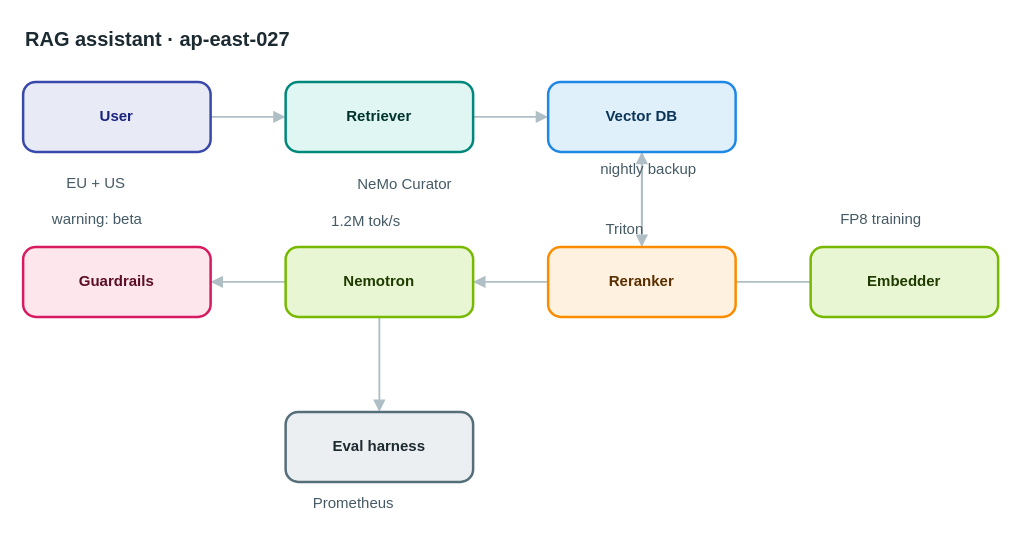
This is apps/web/public/samples/library/027-rag-assistant.drawio from AryanG01/open-apprentice, a draw.io file, before an edit. Source tidied: cells renumbered, new cells numbered last; positions are measured from the earlier drawing's top-left corner, leaving out a move shared by most shapes. Both pictures are drawn from the tidied source at 125%, with x=0, y=0 at pixel (22, 21).
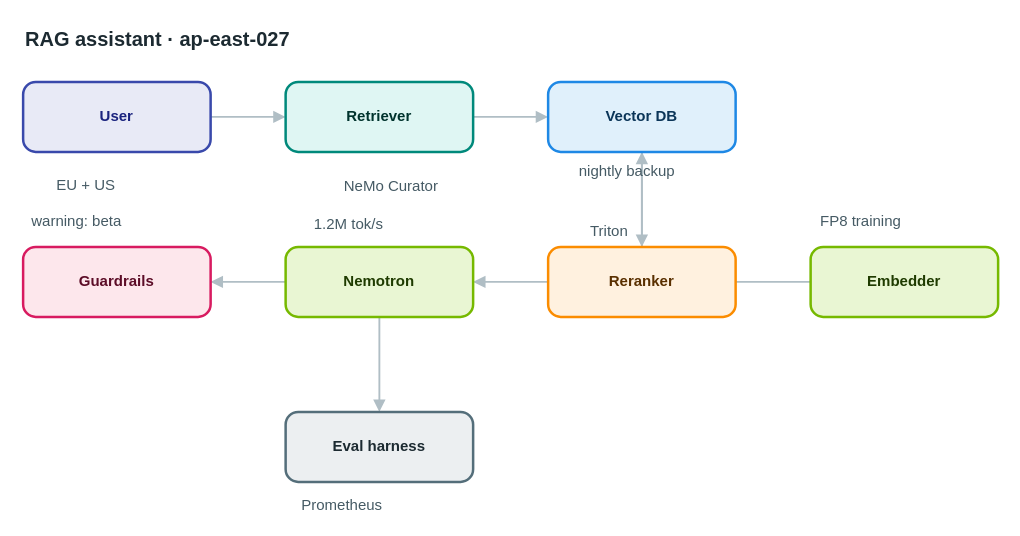
The same diagram, later.

Change to the diagram source:
```diff
@@
-    <mxCell id="18" value="EU + US" style="text;html=1;align=center;verticalAlign=middle;whiteSpace=nowrap;strokeColor=none;fillColor=none;fontSize=12;fontColor=#455a64;" parent="1" vertex="1">
+    <mxCell id="18" value="EU + US" style="text;html=1;align=left;verticalAlign=top;whiteSpace=nowrap;spacing=0;spacingTop=0;strokeColor=none;fillColor=none;fontSize=12;fontColor=#455a64;" parent="1" vertex="1">
       <mxGeometry x="27" y="119" width="61" height="20" as="geometry" />
     </mxCell>
-    <mxCell id="19" value="NeMo Curator" style="text;html=1;align=center;verticalAlign=middle;whiteSpace=nowrap;strokeColor=none;fillColor=none;fontSize=12;fontColor=#455a64;" parent="1" vertex="1">
+    <mxCell id="19" value="NeMo Curator" style="text;html=1;align=left;verticalAlign=top;whiteSpace=nowrap;spacing=0;spacingTop=0;strokeColor=none;fillColor=none;fontSize=12;fontColor=#455a64;" parent="1" vertex="1">
       <mxGeometry x="257" y="120" width="96" height="20" as="geometry" />
     </mxCell>
-    <mxCell id="20" value="nightly backup" style="text;html=1;align=center;verticalAlign=middle;whiteSpace=nowrap;strokeColor=none;fillColor=none;fontSize=12;fontColor=#455a64;" parent="1" vertex="1">
+    <mxCell id="20" value="nightly backup" style="text;html=1;align=left;verticalAlign=top;whiteSpace=nowrap;spacing=0;spacingTop=0;strokeColor=none;fillColor=none;fontSize=12;fontColor=#455a64;" parent="1" vertex="1">
       <mxGeometry x="445" y="108" width="110" height="20" as="geometry" />
     </mxCell>
-    <mxCell id="21" value="Triton" style="text;html=1;align=center;verticalAlign=middle;whiteSpace=nowrap;strokeColor=none;fillColor=none;fontSize=12;fontColor=#455a64;" parent="1" vertex="1">
+    <mxCell id="21" value="Triton" style="text;html=1;align=left;verticalAlign=top;whiteSpace=nowrap;spacing=0;spacingTop=0;strokeColor=none;fillColor=none;fontSize=12;fontColor=#455a64;" parent="1" vertex="1">
       <mxGeometry x="454" y="156" width="54" height="20" as="geometry" />
     </mxCell>
-    <mxCell id="22" value="1.2M tok/s" style="text;html=1;align=center;verticalAlign=middle;whiteSpace=nowrap;strokeColor=none;fillColor=none;fontSize=12;fontColor=#455a64;" parent="1" vertex="1">
+    <mxCell id="22" value="1.2M tok/s" style="text;html=1;align=left;verticalAlign=top;whiteSpace=nowrap;spacing=0;spacingTop=0;strokeColor=none;fillColor=none;fontSize=12;fontColor=#455a64;" parent="1" vertex="1">
       <mxGeometry x="233" y="150" width="82" height="20" as="geometry" />
     </mxCell>
-    <mxCell id="23" value="warning: beta" style="text;html=1;align=center;verticalAlign=middle;whiteSpace=nowrap;strokeColor=none;fillColor=none;fontSize=12;fontColor=#455a64;" parent="1" vertex="1">
+    <mxCell id="23" value="warning: beta" style="text;html=1;align=left;verticalAlign=top;whiteSpace=nowrap;spacing=0;spacingTop=0;strokeColor=none;fillColor=none;fontSize=12;fontColor=#455a64;" parent="1" vertex="1">
       <mxGeometry x="7" y="148" width="103" height="20" as="geometry" />
     </mxCell>
-    <mxCell id="24" value="FP8 training" style="text;html=1;align=center;verticalAlign=middle;whiteSpace=nowrap;strokeColor=none;fillColor=none;fontSize=12;fontColor=#455a64;" parent="1" vertex="1">
+    <mxCell id="24" value="FP8 training" style="text;html=1;align=left;verticalAlign=top;whiteSpace=nowrap;spacing=0;spacingTop=0;strokeColor=none;fillColor=none;fontSize=12;fontColor=#455a64;" parent="1" vertex="1">
       <mxGeometry x="638" y="148" width="96" height="20" as="geometry" />
     </mxCell>
-    <mxCell id="25" value="Prometheus" style="text;html=1;align=center;verticalAlign=middle;whiteSpace=nowrap;strokeColor=none;fillColor=none;fontSize=12;fontColor=#455a64;" parent="1" vertex="1">
+    <mxCell id="25" value="Prometheus" style="text;html=1;align=left;verticalAlign=top;whiteSpace=nowrap;spacing=0;spacingTop=0;strokeColor=none;fillColor=none;fontSize=12;fontColor=#455a64;" parent="1" vertex="1">
       <mxGeometry x="223" y="375" width="82" height="20" as="geometry" />
     </mxCell>
```
